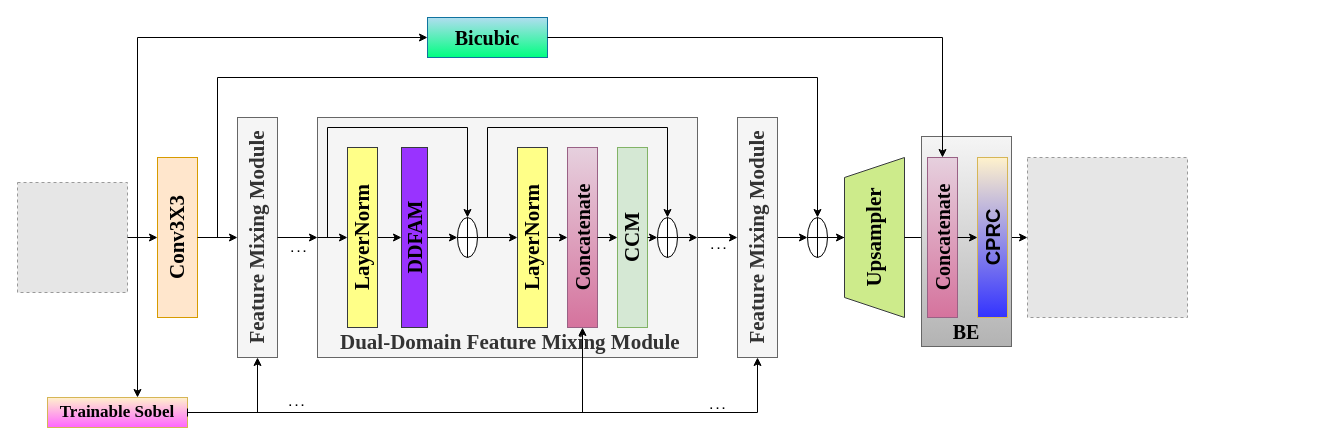
Above: FFTSAFMN.drawio in gao131/nlp-beginner (draw.io), before the change. Source tidied: cells renumbered, new cells numbered last; positions are measured from the earlier drawing's top-left corner, leaving out a move shared by most shapes. Both pictures are drawn from the tidied source at 100%, with x=0, y=0 at pixel (17, 17). Pictures stored in the file or linked from it are replaced by grey dashed boxes.
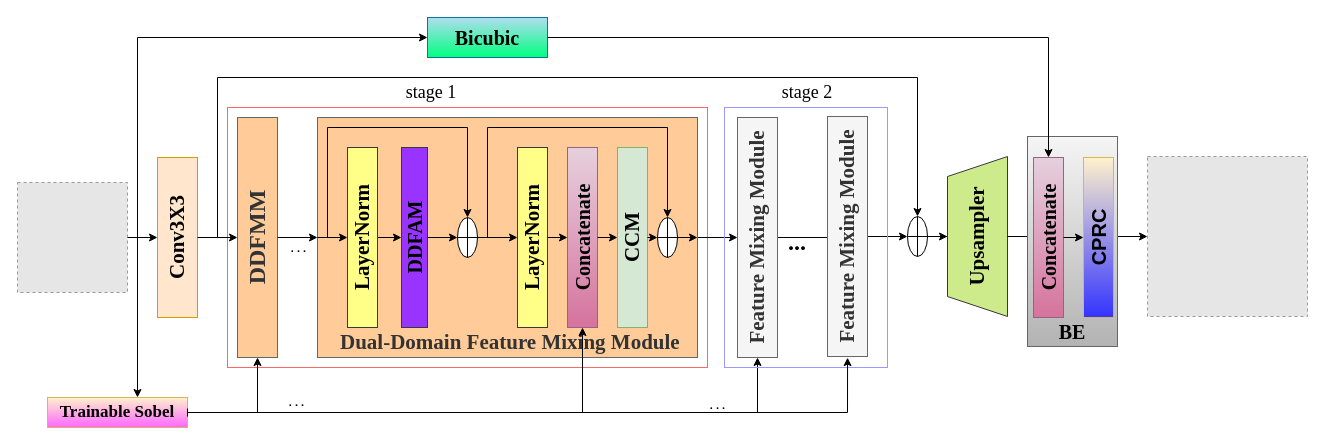
The same diagram, later.

Unchanged cells that the change refers to:
```xml
<mxCell id="49" value="&lt;font size=&quot;1&quot; face=&quot;Times New Roman&quot; style=&quot;&quot;&gt;&lt;b style=&quot;font-size: 17px;&quot;&gt;Trainable Sobel&lt;/b&gt;&lt;/font&gt;" style="rounded=0;whiteSpace=wrap;html=1;fillColor=#fff2cc;gradientColor=#FF66FF;strokeColor=#d6b656;" parent="1" vertex="1">
  <mxGeometry x="30" y="380" width="140" height="30" as="geometry" />
</mxCell>
<mxCell id="56" value="&lt;font face=&quot;Times New Roman&quot; style=&quot;font-size: 20px;&quot;&gt;&lt;b&gt;Bicubic&lt;/b&gt;&lt;/font&gt;" style="rounded=0;whiteSpace=wrap;html=1;fillColor=#b1ddf0;strokeColor=#10739e;gradientColor=#00FF80;" parent="1" vertex="1">
  <mxGeometry x="410" width="120" height="40" as="geometry" />
</mxCell>
```

The edit, as a diff of the source:
```diff
@@
+    <mxCell id="64" style="rounded=0;whiteSpace=wrap;html=1;gradientColor=none;fillColor=none;strokeColor=#FF6666;" parent="1" vertex="1">
+      <mxGeometry x="210" y="90" width="480" height="260" as="geometry" />
+    </mxCell>
@@
     <mxCell id="3" style="fillColor=#E6E6E6;strokeColor=#999999;dashed=1;verticalLabelPosition=bottom;verticalAlign=top;" parent="1" vertex="1">
-      <mxGeometry x="1010" y="140" width="160" height="160" as="geometry" />
+      <mxGeometry x="1130" y="139" width="160" height="160" as="geometry" />
     </mxCell>
@@
-    <mxCell id="7" value="&lt;div&gt;&lt;font style=&quot;font-size: 21px;&quot;&gt;&lt;b&gt;Feature&amp;nbsp;&lt;span style=&quot;background-color: initial;&quot;&gt;Mixing Module&lt;/span&gt;&lt;/b&gt;&lt;/font&gt;&lt;/div&gt;" style="rounded=0;whiteSpace=wrap;html=1;align=center;verticalAlign=middle;horizontal=0;fillColor=#f5f5f5;fontColor=#333333;strokeColor=#666666;fontFamily=Times New Roman;" parent="1" vertex="1">
+    <mxCell id="7" value="&lt;b style=&quot;text-align: left; border-color: var(--border-color);&quot;&gt;&lt;font style=&quot;font-size: 24px;&quot;&gt;DDFMM&lt;/font&gt;&lt;/b&gt;" style="rounded=0;whiteSpace=wrap;html=1;align=center;verticalAlign=middle;horizontal=0;fillColor=#FFCC99;fontColor=#333333;strokeColor=#666666;fontFamily=Times New Roman;" parent="1" vertex="1">
       <mxGeometry x="220" y="100" width="40" height="240" as="geometry" />
     </mxCell>
@@
-    <mxCell id="23" value="&lt;b style=&quot;border-color: var(--border-color); font-family: &amp;quot;Times New Roman&amp;quot;; font-size: 21px; background-color: rgb(245, 245, 245);&quot;&gt;&amp;nbsp; &amp;nbsp; Dual-Domain Feature Mixing Module&lt;/b&gt;" style="rounded=0;whiteSpace=wrap;html=1;fillColor=#f5f5f5;fontColor=#333333;strokeColor=#666666;verticalAlign=bottom;align=left;" parent="1" vertex="1">
+    <mxCell id="23" value="&lt;b style=&quot;border-color: var(--border-color); font-family: &amp;quot;Times New Roman&amp;quot;; font-size: 21px;&quot;&gt;&amp;nbsp; &amp;nbsp; Dual-Domain Feature Mixing Module&lt;/b&gt;" style="rounded=0;whiteSpace=wrap;html=1;fillColor=#FFCC99;fontColor=#333333;strokeColor=#666666;verticalAlign=bottom;align=left;" parent="1" vertex="1">
       <mxGeometry x="300" y="100" width="380" height="240" as="geometry" />
     </mxCell>
@@
-    <mxCell id="38" value=". . ." style="edgeLabel;html=1;align=center;verticalAlign=middle;fontStyle=1;" parent="1" vertex="1">
-      <mxGeometry x="330" y="226.2" as="geometry">
-        <mxPoint x="370" y="1" as="offset" />
-      </mxGeometry>
-    </mxCell>
@@
     <mxCell id="42" style="shape=orEllipse;perimeter=ellipsePerimeter;whiteSpace=wrap;html=1;backgroundOutline=1;" parent="1" vertex="1">
-      <mxGeometry x="790" y="200" width="20" height="40" as="geometry" />
+      <mxGeometry x="890" y="199" width="20" height="40" as="geometry" />
     </mxCell>
     <mxCell id="43" style="endArrow=classic;html=1;rounded=0;entryX=0.5;entryY=0;entryDx=0;entryDy=0;" parent="1" edge="1" target="42">
       <mxGeometry relative="1" as="geometry">
         <mxPoint x="200" y="220" as="sourcePoint" />
         <Array as="points">
           <mxPoint x="200" y="60" />
-          <mxPoint x="800" y="60" />
+          <mxPoint x="900" y="60" />
         </Array>
       </mxGeometry>
     </mxCell>
     <mxCell id="44" value="&lt;b&gt;&lt;font style=&quot;font-size: 21px;&quot;&gt;Upsampler&lt;/font&gt;&lt;/b&gt;" style="shape=trapezoid;perimeter=trapezoidPerimeter;whiteSpace=wrap;html=1;fixedSize=1;direction=north;horizontal=0;fillColor=#cdeb8b;strokeColor=#36393d;fontFamily=Times New Roman;" parent="1" vertex="1">
-      <mxGeometry x="827" y="140" width="60" height="160" as="geometry" />
+      <mxGeometry x="930" y="139" width="60" height="160" as="geometry" />
     </mxCell>
@@
     <mxCell id="57" style="rounded=0;whiteSpace=wrap;html=1;fillColor=#f5f5f5;gradientColor=#b3b3b3;strokeColor=#666666;" parent="1" vertex="1">
-      <mxGeometry x="904" y="119" width="90" height="210" as="geometry" />
+      <mxGeometry x="1010" y="119" width="90" height="210" as="geometry" />
     </mxCell>
@@
     <mxCell id="59" style="endArrow=classic;html=1;rounded=0;exitX=1;exitY=0.5;exitDx=0;exitDy=0;entryX=0.5;entryY=0;entryDx=0;entryDy=0;" parent="1" edge="1" source="56" target="60">
       <mxGeometry relative="1" as="geometry">
         <Array as="points">
-          <mxPoint x="925" y="20" />
+          <mxPoint x="1031" y="20" />
         </Array>
       </mxGeometry>
     </mxCell>
     <mxCell id="60" value="&lt;font size=&quot;1&quot; color=&quot;#000000&quot; style=&quot;&quot; face=&quot;Times New Roman&quot;&gt;&lt;b style=&quot;font-size: 20px;&quot;&gt;Concatenate&lt;/b&gt;&lt;/font&gt;" style="rounded=0;whiteSpace=wrap;html=1;horizontal=0;fillColor=#e6d0de;strokeColor=#996185;gradientColor=#d5739d;" parent="1" vertex="1">
-      <mxGeometry x="910" y="140" width="30" height="160" as="geometry" />
+      <mxGeometry x="1016" y="140" width="30" height="160" as="geometry" />
     </mxCell>
     <mxCell id="61" value="&lt;font style=&quot;font-size: 20px;&quot;&gt;&lt;b&gt;CPRC&lt;/b&gt;&lt;/font&gt;" style="rounded=0;whiteSpace=wrap;html=1;horizontal=0;fillColor=#fff2cc;gradientColor=#3333FF;strokeColor=#d6b656;" parent="1" vertex="1">
-      <mxGeometry x="960" y="140" width="30" height="160" as="geometry" />
+      <mxGeometry x="1066" y="140" width="30" height="160" as="geometry" />
     </mxCell>
@@
     <mxCell id="63" value="&lt;font style=&quot;font-size: 20px;&quot; face=&quot;Times New Roman&quot;&gt;&lt;b style=&quot;&quot;&gt;BE&lt;/b&gt;&lt;/font&gt;" style="text;html=1;align=center;verticalAlign=middle;whiteSpace=wrap;rounded=0;" parent="1" vertex="1">
-      <mxGeometry x="919" y="299" width="60" height="30" as="geometry" />
+      <mxGeometry x="1025" y="299" width="60" height="30" as="geometry" />
     </mxCell>
+    <mxCell id="65" value="&lt;div&gt;&lt;font style=&quot;font-size: 21px;&quot;&gt;&lt;b&gt;Feature&amp;nbsp;&lt;span style=&quot;background-color: initial;&quot;&gt;Mixing Module&lt;/span&gt;&lt;/b&gt;&lt;/font&gt;&lt;/div&gt;" style="rounded=0;whiteSpace=wrap;html=1;align=center;verticalAlign=middle;horizontal=0;fillColor=#f5f5f5;fontColor=#333333;strokeColor=#666666;fontFamily=Times New Roman;" parent="1" vertex="1">
+      <mxGeometry x="810" y="99" width="40" height="240" as="geometry" />
+    </mxCell>
+    <mxCell id="66" value="&lt;font face=&quot;Times New Roman&quot; style=&quot;font-size: 24px;&quot;&gt;&lt;b&gt;...&lt;/b&gt;&lt;/font&gt;" style="text;html=1;align=center;verticalAlign=middle;whiteSpace=wrap;rounded=0;" parent="1" vertex="1">
+      <mxGeometry x="750" y="210" width="60" height="30" as="geometry" />
+    </mxCell>
+    <mxCell id="67" style="rounded=0;whiteSpace=wrap;html=1;fillColor=none;strokeColor=#9999FF;" parent="1" vertex="1">
+      <mxGeometry x="707" y="90" width="163" height="260" as="geometry" />
+    </mxCell>
+    <mxCell id="68" style="endArrow=classic;html=1;rounded=0;exitX=1;exitY=0.5;exitDx=0;exitDy=0;entryX=0.755;entryY=0.962;entryDx=0;entryDy=0;entryPerimeter=0;" parent="1" edge="1" source="49" target="67">
+      <mxGeometry relative="1" as="geometry">
+        <Array as="points">
+          <mxPoint x="830" y="395" />
+        </Array>
+      </mxGeometry>
+    </mxCell>
+    <mxCell id="69" value="&lt;font style=&quot;font-size: 18px;&quot; face=&quot;Times New Roman&quot;&gt;stage 1&lt;/font&gt;" style="text;html=1;align=center;verticalAlign=middle;whiteSpace=wrap;rounded=0;" parent="1" vertex="1">
+      <mxGeometry x="384" y="60" width="60" height="30" as="geometry" />
+    </mxCell>
+    <mxCell id="70" value="&lt;font style=&quot;font-size: 18px;&quot; face=&quot;Times New Roman&quot;&gt;stage 2&lt;/font&gt;" style="text;html=1;align=center;verticalAlign=middle;whiteSpace=wrap;rounded=0;" parent="1" vertex="1">
+      <mxGeometry x="760" y="60" width="60" height="30" as="geometry" />
+    </mxCell>
```
